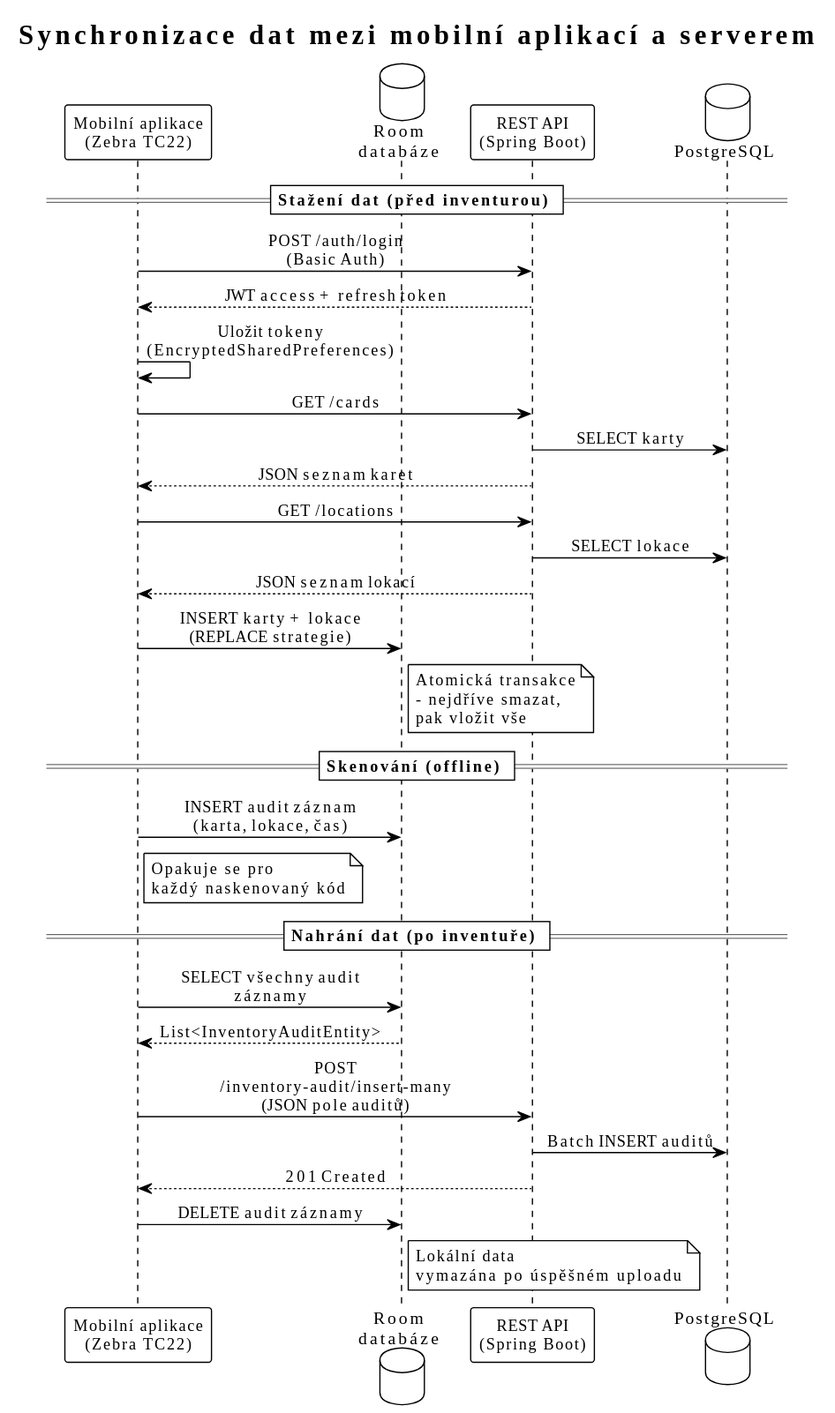
This is thesis/images/sequence-sync.svg from ondrasovka04/majetek, a PlantUML export, as it was before one commit. The source it was exported from:
```plantuml
@startuml
!theme plain
skinparam sequenceMessageAlign center
skinparam maxMessageSize 200
skinparam participantFontSize 13
skinparam sequenceFontSize 12

title Synchronizace dat mezi mobilní aplikací a serverem

participant "Mobilní aplikace\n(Zebra TC22)" as App
database "Room\ndatabáze" as Room
participant "REST API\n(Spring Boot)" as Server
database "PostgreSQL" as DB

== Stažení dat (před inventurou) ==

App -> Server : POST /auth/login\n(Basic Auth)
Server --> App : JWT access + refresh token
App -> App : Uložit tokeny\n(EncryptedSharedPreferences)

App -> Server : GET /cards
Server -> DB : SELECT karty
Server --> App : JSON seznam karet

App -> Server : GET /locations
Server -> DB : SELECT lokace
Server --> App : JSON seznam lokací

App -> Room : INSERT karty + lokace\n(REPLACE strategie)
note right of Room : Atomická transakce\n- nejdříve smazat,\npak vložit vše

== Skenování (offline) ==

App -> Room : INSERT audit záznam\n(karta, lokace, čas)
note right of App : Opakuje se pro\nkaždý naskenovaný kód

== Nahrání dat (po inventuře) ==

App -> Room : SELECT všechny audit záznamy
Room --> App : List<InventoryAuditEntity>

App -> Server : POST /inventory-audit/insert-many\n(JSON pole auditů)
Server -> DB : Batch INSERT auditů
Server --> App : 201 Created

App -> Room : DELETE audit záznamy
note right of Room : Lokální data\nvymazána po úspěšném uploadu
@enduml
```
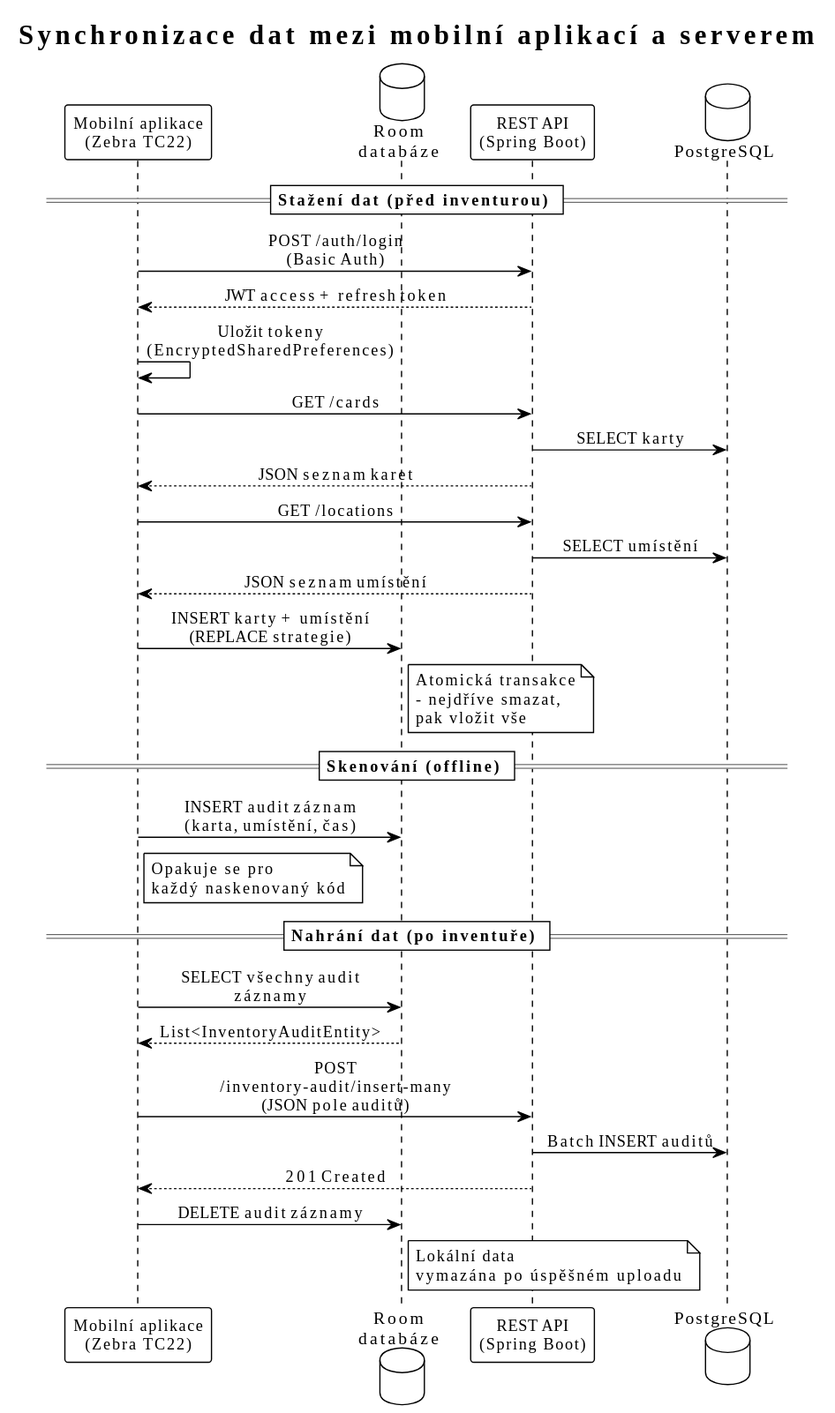
After the commit.

Change to the diagram source:
```diff
@@ -23,15 +23,15 @@
 Server --> App : JSON seznam karet
 
 App -> Server : GET /locations
-Server -> DB : SELECT lokace
-Server --> App : JSON seznam lokací
+Server -> DB : SELECT umístění
+Server --> App : JSON seznam umístění
 
-App -> Room : INSERT karty + lokace\n(REPLACE strategie)
+App -> Room : INSERT karty + umístění\n(REPLACE strategie)
 note right of Room : Atomická transakce\n- nejdříve smazat,\npak vložit vše
 
 == Skenování (offline) ==
 
-App -> Room : INSERT audit záznam\n(karta, lokace, čas)
+App -> Room : INSERT audit záznam\n(karta, umístění, čas)
 note right of App : Opakuje se pro\nkaždý naskenovaný kód
 
 == Nahrání dat (po inventuře) ==
```
